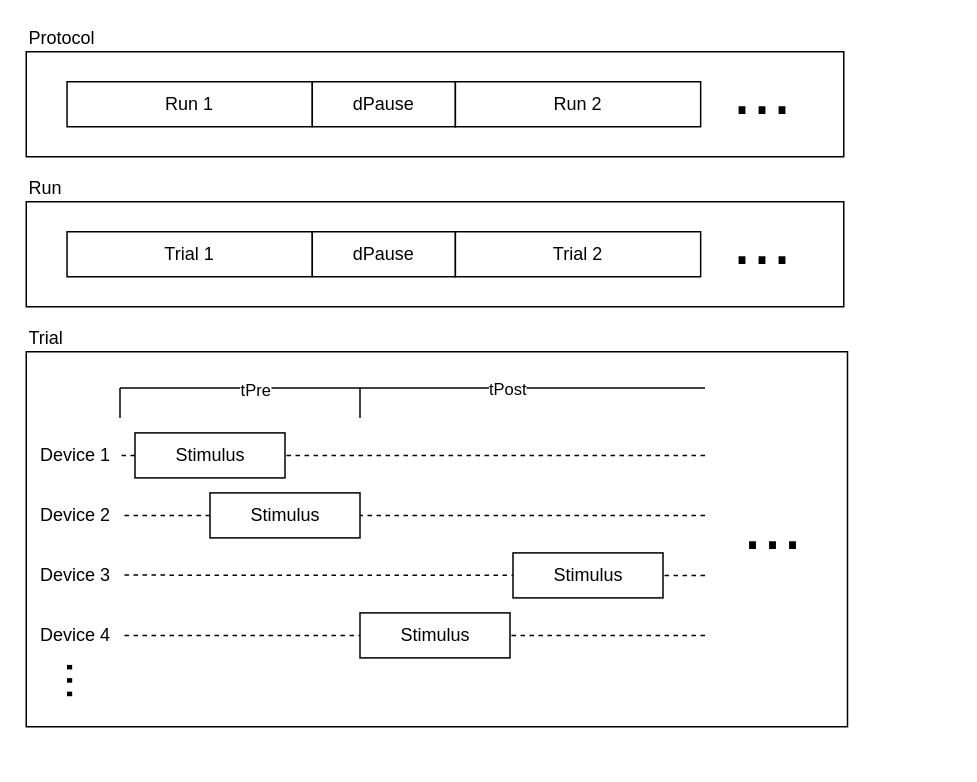
Before: .wiki_resources/diagrams/trial terminology.drawio in WhitmireLab/StimControl, a draw.io diagram. Source tidied: cells renumbered, new cells numbered last; positions are measured from the earlier drawing's top-left corner, leaving out a move shared by most shapes. Both pictures are drawn from the tidied source at 150%, with x=0, y=0 at pixel (22, 51).
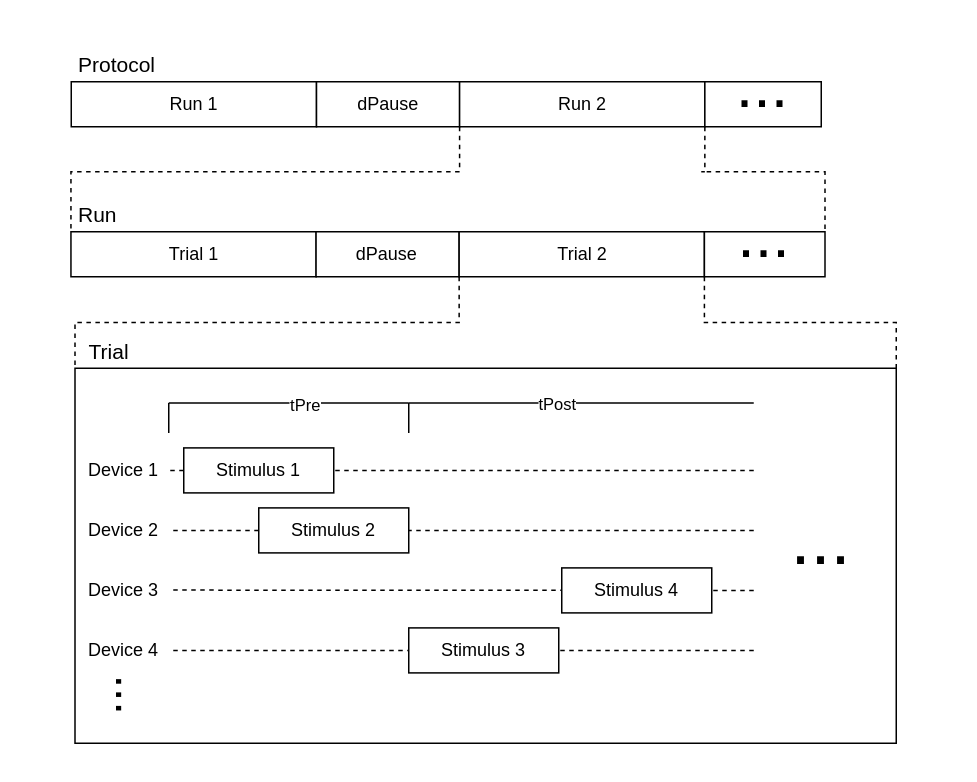
The same page after the edit.

Diff of the diagram source:
```diff
@@
-    <mxCell id="2" style="group;" parent="1" vertex="1">
-      <mxGeometry x="2" width="547.5" height="460" as="geometry" />
-    </mxCell>
-    <mxCell id="3" style="group;" parent="2" vertex="1">
-      <mxGeometry y="100" width="545" height="70" as="geometry" />
-    </mxCell>
-    <mxCell id="4" value="Run" style="rounded=0;whiteSpace=wrap;html=1;labelPosition=center;verticalLabelPosition=top;align=left;verticalAlign=bottom;" parent="3" vertex="1">
-      <mxGeometry width="545" height="70" as="geometry" />
-    </mxCell>
-    <mxCell id="5" style="group;" parent="3" vertex="1">
-      <mxGeometry x="27.2" width="504.1" height="50" as="geometry" />
-    </mxCell>
-    <mxCell id="6" value="Trial 1" style="rounded=0;whiteSpace=wrap;html=1;" parent="5" vertex="1">
-      <mxGeometry y="20" width="163.5" height="30" as="geometry" />
+    <mxCell id="6" value="Trial 1" style="rounded=0;whiteSpace=wrap;html=1;" parent="1" vertex="1">
+      <mxGeometry x="31.8" y="120" width="163.5" height="30" as="geometry" />
     </mxCell>
-    <mxCell id="7" value="dPause" style="rounded=0;whiteSpace=wrap;html=1;" parent="5" vertex="1">
-      <mxGeometry x="163.5" y="20" width="95.4" height="30" as="geometry" />
+    <mxCell id="7" value="dPause" style="rounded=0;whiteSpace=wrap;html=1;" parent="1" vertex="1">
+      <mxGeometry x="195.2" y="120" width="95.4" height="30" as="geometry" />
     </mxCell>
+    <mxCell id="43" style="edgeStyle=orthogonalEdgeStyle;rounded=0;jettySize=auto;html=1;exitX=0;exitY=1;exitDx=0;exitDy=0;entryX=0;entryY=0;entryDx=0;entryDy=0;dashed=1;endArrow=none;endFill=0;" parent="1" edge="1" source="8" target="10">
+      <mxGeometry relative="1" as="geometry" />
+    </mxCell>
+    <mxCell id="44" style="edgeStyle=orthogonalEdgeStyle;rounded=0;jettySize=auto;html=1;exitX=1;exitY=1;exitDx=0;exitDy=0;entryX=1;entryY=0;entryDx=0;entryDy=0;dashed=1;endArrow=none;endFill=0;" parent="1" edge="1" source="8" target="10">
+      <mxGeometry relative="1" as="geometry" />
+    </mxCell>
-    <mxCell id="8" value="Trial 2" style="rounded=0;whiteSpace=wrap;html=1;" parent="5" vertex="1">
-      <mxGeometry x="258.9" y="20" width="163.5" height="30" as="geometry" />
+    <mxCell id="8" value="Trial 2" style="rounded=0;whiteSpace=wrap;html=1;" parent="1" vertex="1">
+      <mxGeometry x="290.6" y="120" width="163.5" height="30" as="geometry" />
     </mxCell>
-    <mxCell id="9" value="..." style="text;html=1;whiteSpace=wrap;strokeColor=none;fillColor=none;align=center;verticalAlign=middle;rounded=0;fontSize=48;" parent="5" vertex="1">
-      <mxGeometry x="422.4" width="81.8" height="50" as="geometry" />
-    </mxCell>
+    <mxCell id="45" style="group;" parent="1" vertex="1">
+      <mxGeometry x="32" y="-10" width="585.9" height="60" as="geometry" />
+    </mxCell>
+    <mxCell id="39" value="Run 1" style="rounded=0;whiteSpace=wrap;html=1;" parent="45" vertex="1">
+      <mxGeometry y="30" width="163.5" height="30" as="geometry" />
+    </mxCell>
+    <mxCell id="40" value="dPause" style="rounded=0;whiteSpace=wrap;html=1;" parent="45" vertex="1">
+      <mxGeometry x="163.5" y="30" width="95.4" height="30" as="geometry" />
+    </mxCell>
+    <mxCell id="41" value="Run 2" style="rounded=0;whiteSpace=wrap;html=1;" parent="45" vertex="1">
+      <mxGeometry x="258.9" y="30" width="163.5" height="30" as="geometry" />
+    </mxCell>
+    <mxCell id="37" value="Protocol" style="text;html=1;whiteSpace=wrap;strokeColor=none;fillColor=none;align=left;verticalAlign=bottom;rounded=0;fontSize=14;" parent="45" vertex="1">
+      <mxGeometry x="3" width="60" height="30" as="geometry" />
+    </mxCell>
+    <mxCell id="46" value="..." style="rounded=0;whiteSpace=wrap;html=1;fontSize=42;verticalAlign=bottom;" parent="45" vertex="1">
+      <mxGeometry x="422.4" y="30" width="77.6" height="30" as="geometry" />
+    </mxCell>
+    <mxCell id="47" style="edgeStyle=orthogonalEdgeStyle;rounded=0;jettySize=auto;html=1;exitX=0;exitY=1;exitDx=0;exitDy=0;entryX=0;entryY=0;entryDx=0;entryDy=0;endArrow=none;endFill=0;dashed=1;" parent="1" edge="1" source="41" target="6">
+      <mxGeometry relative="1" as="geometry">
+        <Array as="points">
+          <mxPoint x="288" y="80" />
+          <mxPoint x="29" y="80" />
+        </Array>
+      </mxGeometry>
+    </mxCell>
+    <mxCell id="48" value="..." style="rounded=0;whiteSpace=wrap;html=1;fontSize=42;verticalAlign=bottom;" parent="1" vertex="1">
+      <mxGeometry x="454.1" y="120" width="80.4" height="30" as="geometry" />
+    </mxCell>
+    <mxCell id="49" style="edgeStyle=orthogonalEdgeStyle;rounded=0;jettySize=auto;html=1;exitX=1;exitY=1;exitDx=0;exitDy=0;entryX=1;entryY=0;entryDx=0;entryDy=0;dashed=1;endArrow=none;endFill=0;" parent="1" edge="1" source="41" target="48">
+      <mxGeometry relative="1" as="geometry">
+        <Array as="points">
+          <mxPoint x="452" y="80" />
+          <mxPoint x="532" y="80" />
+        </Array>
+      </mxGeometry>
+    </mxCell>
+    <mxCell id="4" value="&lt;font style=&quot;font-size: 14px;&quot;&gt;Run&lt;/font&gt;" style="text;html=1;whiteSpace=wrap;strokeColor=none;fillColor=none;align=left;verticalAlign=bottom;rounded=0;" parent="1" vertex="1">
+      <mxGeometry x="34.8" y="90" width="60" height="30" as="geometry" />
+    </mxCell>
+    <mxCell id="50" style="group;" parent="1" vertex="1">
+      <mxGeometry x="32" y="211" width="550" height="250" as="geometry" />
+    </mxCell>
-    <mxCell id="10" value="Trial" style="rounded=0;whiteSpace=wrap;html=1;labelPosition=center;verticalLabelPosition=top;align=left;verticalAlign=bottom;" parent="2" vertex="1">
-      <mxGeometry y="200" width="547.5" height="250" as="geometry" />
+    <mxCell id="10" style="rounded=0;whiteSpace=wrap;html=1;labelPosition=center;verticalLabelPosition=top;align=left;verticalAlign=bottom;" parent="50" vertex="1">
+      <mxGeometry x="2.5" width="547.5" height="250" as="geometry" />
     </mxCell>
-    <mxCell id="11" style="group;" parent="2" vertex="1">
-      <mxGeometry x="2.5" y="224.1" width="510.9" height="235.9" as="geometry" />
-    </mxCell>
-    <mxCell id="12" style="group;" parent="11" vertex="1">
-      <mxGeometry y="30" width="510.9" height="205.9" as="geometry" />
-    </mxCell>
-    <mxCell id="13" style="group;" parent="12" vertex="1">
-      <mxGeometry width="423.8" height="205.9" as="geometry" />
-    </mxCell>
-    <mxCell id="14" style="group;" parent="13" vertex="1">
-      <mxGeometry width="360" height="170" as="geometry" />
-    </mxCell>
+    <mxCell id="30" style="endArrow=none;html=1;rounded=0;strokeColor=light-dark(#000000,#787878);" parent="50" edge="1">
+      <mxGeometry relative="1" as="geometry">
+        <mxPoint x="225" y="43.1" as="sourcePoint" />
+        <mxPoint x="225" y="23.1" as="targetPoint" />
+      </mxGeometry>
+    </mxCell>
+    <mxCell id="31" style="endArrow=none;html=1;rounded=0;strokeColor=light-dark(#000000,#787878);" parent="50" edge="1">
+      <mxGeometry relative="1" as="geometry">
+        <mxPoint x="455" y="23.1" as="sourcePoint" />
+        <mxPoint x="225" y="23.1" as="targetPoint" />
+      </mxGeometry>
+    </mxCell>
+    <mxCell id="32" value="tPost" style="edgeLabel;html=1;align=center;verticalAlign=middle;" parent="31" vertex="1">
+      <mxGeometry x="0.15" relative="1" as="geometry" />
+    </mxCell>
+    <mxCell id="33" style="endArrow=none;html=1;rounded=0;strokeColor=light-dark(#000000,#787878);" parent="50" edge="1">
+      <mxGeometry relative="1" as="geometry">
+        <mxPoint x="225" y="23.1" as="sourcePoint" />
+        <mxPoint x="65" y="23.1" as="targetPoint" />
+      </mxGeometry>
+    </mxCell>
+    <mxCell id="34" value="tPre" style="edgeLabel;html=1;align=center;verticalAlign=middle;" parent="33" vertex="1">
+      <mxGeometry x="-0.22" y="1" relative="1" as="geometry">
+        <mxPoint x="-8" as="offset" />
+      </mxGeometry>
+    </mxCell>
+    <mxCell id="35" style="endArrow=none;html=1;rounded=0;strokeColor=light-dark(#000000,#787878);" parent="50" edge="1">
+      <mxGeometry relative="1" as="geometry">
+        <mxPoint x="65" y="23.1" as="sourcePoint" />
+        <mxPoint x="65" y="43.1" as="targetPoint" />
+      </mxGeometry>
+    </mxCell>
+    <mxCell id="29" value="..." style="text;html=1;whiteSpace=wrap;strokeColor=none;fillColor=none;align=center;verticalAlign=middle;rounded=0;fontSize=48;" parent="50" vertex="1">
+      <mxGeometry x="459.1" y="89.1" width="81.8" height="50" as="geometry" />
+    </mxCell>
+    <mxCell id="28" value="..." style="text;html=1;whiteSpace=wrap;strokeColor=none;fillColor=none;align=center;verticalAlign=middle;rounded=0;fontSize=32;rotation=90;" parent="50" vertex="1">
+      <mxGeometry y="193.1" width="81.8" height="50" as="geometry" />
+    </mxCell>
-    <mxCell id="15" value="Device 1" style="text;html=1;whiteSpace=wrap;strokeColor=none;fillColor=none;align=center;verticalAlign=middle;rounded=0;" parent="14" vertex="1">
-      <mxGeometry width="60" height="30" as="geometry" />
+    <mxCell id="15" value="Device 1" style="text;html=1;whiteSpace=wrap;strokeColor=none;fillColor=none;align=center;verticalAlign=middle;rounded=0;" parent="50" vertex="1">
+      <mxGeometry x="5" y="53.1" width="60" height="30" as="geometry" />
     </mxCell>
-    <mxCell id="16" value="Device 2" style="text;html=1;whiteSpace=wrap;strokeColor=none;fillColor=none;align=center;verticalAlign=middle;rounded=0;" parent="14" vertex="1">
-      <mxGeometry y="40" width="60" height="30" as="geometry" />
+    <mxCell id="16" value="Device 2" style="text;html=1;whiteSpace=wrap;strokeColor=none;fillColor=none;align=center;verticalAlign=middle;rounded=0;" parent="50" vertex="1">
+      <mxGeometry x="5" y="93.1" width="60" height="30" as="geometry" />
     </mxCell>
-    <mxCell id="17" value="Device 3" style="text;html=1;whiteSpace=wrap;strokeColor=none;fillColor=none;align=center;verticalAlign=middle;rounded=0;" parent="14" vertex="1">
-      <mxGeometry y="80" width="60" height="30" as="geometry" />
+    <mxCell id="17" value="Device 3" style="text;html=1;whiteSpace=wrap;strokeColor=none;fillColor=none;align=center;verticalAlign=middle;rounded=0;" parent="50" vertex="1">
+      <mxGeometry x="5" y="133.1" width="60" height="30" as="geometry" />
     </mxCell>
-    <mxCell id="18" value="Device 4" style="text;html=1;whiteSpace=wrap;strokeColor=none;fillColor=none;align=center;verticalAlign=middle;rounded=0;" parent="14" vertex="1">
-      <mxGeometry y="120" width="60" height="30" as="geometry" />
+    <mxCell id="18" value="Device 4" style="text;html=1;whiteSpace=wrap;strokeColor=none;fillColor=none;align=center;verticalAlign=middle;rounded=0;" parent="50" vertex="1">
+      <mxGeometry x="5" y="173.1" width="60" height="30" as="geometry" />
     </mxCell>
-    <mxCell id="19" style="endArrow=none;dashed=1;html=1;rounded=0;entryX=1;entryY=0.5;entryDx=0;entryDy=0;" parent="14" edge="1" source="27" target="15">
+    <mxCell id="19" style="endArrow=none;dashed=1;html=1;rounded=0;entryX=1;entryY=0.5;entryDx=0;entryDy=0;" parent="50" edge="1" source="27" target="15">
       <mxGeometry relative="1" as="geometry" />
     </mxCell>
-    <mxCell id="20" style="endArrow=none;dashed=1;html=1;rounded=0;entryX=1;entryY=0.5;entryDx=0;entryDy=0;" parent="14" edge="1" target="16">
+    <mxCell id="20" style="endArrow=none;dashed=1;html=1;rounded=0;entryX=1;entryY=0.5;entryDx=0;entryDy=0;" parent="50" edge="1" target="16">
       <mxGeometry relative="1" as="geometry">
-        <mxPoint x="450" y="55" as="sourcePoint" />
+        <mxPoint x="455" y="108.1" as="sourcePoint" />
       </mxGeometry>
     </mxCell>
-    <mxCell id="21" value="Stimulus" style="rounded=0;whiteSpace=wrap;html=1;" parent="14" vertex="1">
-      <mxGeometry x="120" y="40" width="100" height="30" as="geometry" />
+    <mxCell id="21" value="Stimulus 2" style="rounded=0;whiteSpace=wrap;html=1;" parent="50" vertex="1">
+      <mxGeometry x="125" y="93.1" width="100" height="30" as="geometry" />
     </mxCell>
-    <mxCell id="22" style="endArrow=none;dashed=1;html=1;rounded=0;entryX=1;entryY=0.5;entryDx=0;entryDy=0;" parent="14" edge="1">
+    <mxCell id="22" style="endArrow=none;dashed=1;html=1;rounded=0;entryX=1;entryY=0.5;entryDx=0;entryDy=0;" parent="50" edge="1">
       <mxGeometry relative="1" as="geometry">
-        <mxPoint x="450" y="95" as="sourcePoint" />
-        <mxPoint x="60" y="94.8" as="targetPoint" />
+        <mxPoint x="455" y="148.1" as="sourcePoint" />
+        <mxPoint x="65" y="147.9" as="targetPoint" />
       </mxGeometry>
     </mxCell>
-    <mxCell id="23" style="endArrow=none;dashed=1;html=1;rounded=0;entryX=1;entryY=0.5;entryDx=0;entryDy=0;" parent="14" edge="1">
+    <mxCell id="23" style="endArrow=none;dashed=1;html=1;rounded=0;entryX=1;entryY=0.5;entryDx=0;entryDy=0;" parent="50" edge="1">
       <mxGeometry relative="1" as="geometry">
-        <mxPoint x="450" y="135" as="sourcePoint" />
-        <mxPoint x="60" y="135" as="targetPoint" />
+        <mxPoint x="455" y="188.1" as="sourcePoint" />
+        <mxPoint x="65" y="188.1" as="targetPoint" />
       </mxGeometry>
     </mxCell>
-    <mxCell id="24" value="Stimulus" style="rounded=0;whiteSpace=wrap;html=1;" parent="14" vertex="1">
-      <mxGeometry x="322" y="80" width="100" height="30" as="geometry" />
+    <mxCell id="24" value="Stimulus 4" style="rounded=0;whiteSpace=wrap;html=1;" parent="50" vertex="1">
+      <mxGeometry x="327" y="133.1" width="100" height="30" as="geometry" />
     </mxCell>
-    <mxCell id="25" value="Stimulus" style="rounded=0;whiteSpace=wrap;html=1;" parent="14" vertex="1">
-      <mxGeometry x="220" y="120" width="100" height="30" as="geometry" />
+    <mxCell id="25" value="Stimulus 3" style="rounded=0;whiteSpace=wrap;html=1;" parent="50" vertex="1">
+      <mxGeometry x="225" y="173.1" width="100" height="30" as="geometry" />
     </mxCell>
-    <mxCell id="26" style="endArrow=none;dashed=1;html=1;rounded=0;entryX=1;entryY=0.5;entryDx=0;entryDy=0;" parent="14" edge="1" target="27">
+    <mxCell id="26" style="endArrow=none;dashed=1;html=1;rounded=0;entryX=1;entryY=0.5;entryDx=0;entryDy=0;" parent="50" edge="1" target="27">
       <mxGeometry relative="1" as="geometry">
-        <mxPoint x="450" y="15" as="sourcePoint" />
+        <mxPoint x="455" y="68.1" as="sourcePoint" />
       </mxGeometry>
     </mxCell>
-    <mxCell id="27" value="Stimulus" style="rounded=0;whiteSpace=wrap;html=1;" parent="14" vertex="1">
-      <mxGeometry x="70" width="100" height="30" as="geometry" />
+    <mxCell id="27" value="Stimulus 1" style="rounded=0;whiteSpace=wrap;html=1;" parent="50" vertex="1">
+      <mxGeometry x="75" y="53.1" width="100" height="30" as="geometry" />
     </mxCell>
-    <mxCell id="28" value="..." style="text;html=1;whiteSpace=wrap;strokeColor=none;fillColor=none;align=center;verticalAlign=middle;rounded=0;fontSize=32;rotation=90;" parent="13" vertex="1">
-      <mxGeometry x="-5" y="140" width="81.8" height="50" as="geometry" />
-    </mxCell>
-    <mxCell id="29" value="..." style="text;html=1;whiteSpace=wrap;strokeColor=none;fillColor=none;align=center;verticalAlign=middle;rounded=0;fontSize=48;" parent="12" vertex="1">
-      <mxGeometry x="454.1" y="36" width="81.8" height="50" as="geometry" />
-    </mxCell>
-    <mxCell id="30" style="endArrow=none;html=1;rounded=0;strokeColor=light-dark(#000000,#787878);" parent="11" edge="1">
-      <mxGeometry relative="1" as="geometry">
-        <mxPoint x="220" y="20" as="sourcePoint" />
-        <mxPoint x="220" as="targetPoint" />
-      </mxGeometry>
-    </mxCell>
-    <mxCell id="31" style="endArrow=none;html=1;rounded=0;strokeColor=light-dark(#000000,#787878);" parent="11" edge="1">
-      <mxGeometry relative="1" as="geometry">
-        <mxPoint x="450" as="sourcePoint" />
-        <mxPoint x="220" as="targetPoint" />
-      </mxGeometry>
-    </mxCell>
-    <mxCell id="32" value="tPost" style="edgeLabel;html=1;align=center;verticalAlign=middle;" parent="31" vertex="1">
-      <mxGeometry x="0.15" relative="1" as="geometry" />
-    </mxCell>
-    <mxCell id="33" style="endArrow=none;html=1;rounded=0;strokeColor=light-dark(#000000,#787878);" parent="11" edge="1">
-      <mxGeometry relative="1" as="geometry">
-        <mxPoint x="220" as="sourcePoint" />
-        <mxPoint x="60" as="targetPoint" />
-      </mxGeometry>
-    </mxCell>
-    <mxCell id="34" value="tPre" style="edgeLabel;html=1;align=center;verticalAlign=middle;" parent="33" vertex="1">
-      <mxGeometry x="-0.22" y="1" relative="1" as="geometry">
-        <mxPoint x="-8" as="offset" />
-      </mxGeometry>
-    </mxCell>
-    <mxCell id="35" style="endArrow=none;html=1;rounded=0;strokeColor=light-dark(#000000,#787878);" parent="11" edge="1">
-      <mxGeometry relative="1" as="geometry">
-        <mxPoint x="60" as="sourcePoint" />
-        <mxPoint x="60" y="20" as="targetPoint" />
-      </mxGeometry>
-    </mxCell>
-    <mxCell id="36" style="group;" parent="2" vertex="1">
-      <mxGeometry width="545" height="70" as="geometry" />
-    </mxCell>
-    <mxCell id="37" value="Protocol" style="rounded=0;whiteSpace=wrap;html=1;labelPosition=center;verticalLabelPosition=top;align=left;verticalAlign=bottom;" parent="36" vertex="1">
-      <mxGeometry width="545" height="70" as="geometry" />
-    </mxCell>
-    <mxCell id="38" style="group;" parent="36" vertex="1">
-      <mxGeometry x="27.2" width="504.1" height="50" as="geometry" />
-    </mxCell>
-    <mxCell id="39" value="Run 1" style="rounded=0;whiteSpace=wrap;html=1;" parent="38" vertex="1">
-      <mxGeometry y="20" width="163.5" height="30" as="geometry" />
-    </mxCell>
-    <mxCell id="40" value="dPause" style="rounded=0;whiteSpace=wrap;html=1;" parent="38" vertex="1">
-      <mxGeometry x="163.5" y="20" width="95.4" height="30" as="geometry" />
-    </mxCell>
-    <mxCell id="41" value="Run 2" style="rounded=0;whiteSpace=wrap;html=1;" parent="38" vertex="1">
-      <mxGeometry x="258.9" y="20" width="163.5" height="30" as="geometry" />
-    </mxCell>
-    <mxCell id="42" value="..." style="text;html=1;whiteSpace=wrap;strokeColor=none;fillColor=none;align=center;verticalAlign=middle;rounded=0;fontSize=48;" parent="38" vertex="1">
-      <mxGeometry x="422.4" width="81.8" height="50" as="geometry" />
-    </mxCell>
+    <mxCell id="51" value="&lt;font style=&quot;font-size: 14px;&quot;&gt;Trial&lt;/font&gt;" style="text;html=1;whiteSpace=wrap;strokeColor=none;fillColor=none;align=left;verticalAlign=bottom;rounded=0;" parent="1" vertex="1">
+      <mxGeometry x="42" y="181" width="60" height="30" as="geometry" />
+    </mxCell>
```
